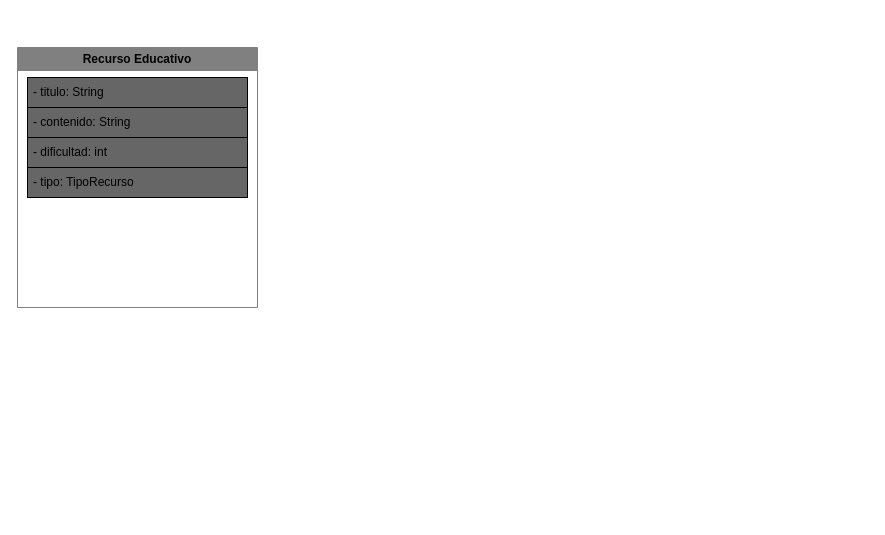
Above: Diagrama sin título.drawio in JhosGs/UNL (draw.io), before the change. Source tidied: cells renumbered, new cells numbered last; positions are measured from the earlier drawing's top-left corner, leaving out a move shared by most shapes. Both pictures are drawn from the tidied source at 100%, with x=0, y=0 at pixel (17, 47).
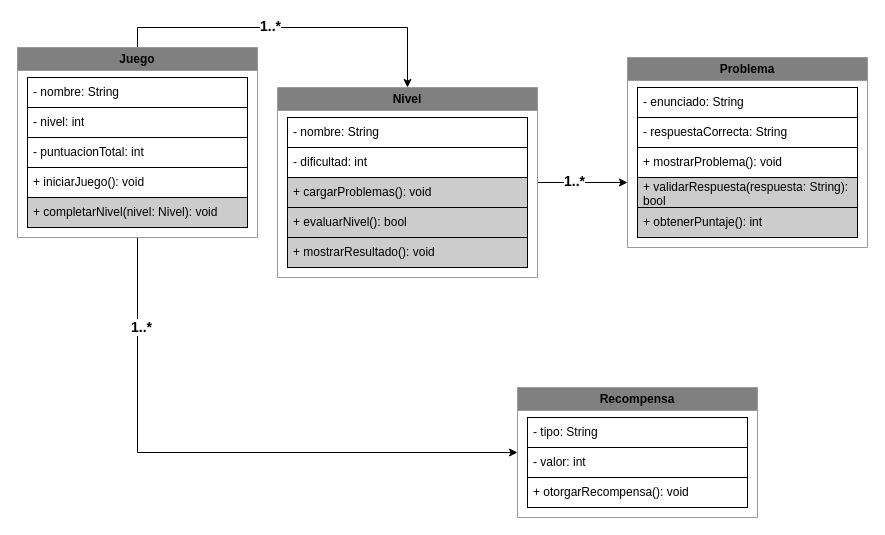
Above is the later version.

The edit, as a diff of the source:
```diff
@@
+    <mxCell id="7" style="edgeStyle=orthogonalEdgeStyle;rounded=0;jettySize=auto;html=1;exitX=0.5;exitY=0;exitDx=0;exitDy=0;entryX=0.5;entryY=0;entryDx=0;entryDy=0;" parent="1" edge="1" source="2" target="14">
+      <mxGeometry relative="1" as="geometry" />
+    </mxCell>
+    <mxCell id="8" value="&lt;b&gt;&lt;font style=&quot;font-size: 14px;&quot;&gt;1..*&lt;/font&gt;&lt;/b&gt;" style="edgeLabel;html=1;align=center;verticalAlign=middle;" parent="7" vertex="1">
+      <mxGeometry x="-0.13" y="2" relative="1" as="geometry" />
+    </mxCell>
+    <mxCell id="9" style="edgeStyle=orthogonalEdgeStyle;rounded=0;jettySize=auto;html=1;exitX=0.5;exitY=1;exitDx=0;exitDy=0;entryX=0;entryY=0.5;entryDx=0;entryDy=0;" parent="1" edge="1" source="2" target="26">
+      <mxGeometry relative="1" as="geometry" />
+    </mxCell>
+    <mxCell id="10" value="&lt;b&gt;&lt;font style=&quot;font-size: 14px;&quot;&gt;1..*&lt;/font&gt;&lt;/b&gt;" style="edgeLabel;html=1;align=center;verticalAlign=middle;" parent="9" vertex="1">
+      <mxGeometry x="-0.7" y="3" relative="1" as="geometry" />
+    </mxCell>
-    <mxCell id="2" value="Recurso Educativo" style="swimlane;whiteSpace=wrap;html=1;strokeColor=#808080;fillColor=#808080;" parent="1" vertex="1">
-      <mxGeometry width="240" height="260" as="geometry" />
+    <mxCell id="2" value="Juego" style="swimlane;whiteSpace=wrap;html=1;strokeColor=#999999;fillColor=#808080;fillStyle=auto;" parent="1" vertex="1">
+      <mxGeometry width="240" height="190" as="geometry" />
     </mxCell>
-    <mxCell id="3" value="- titulo: String" style="text;strokeColor=#000000;fillColor=#666666;align=left;verticalAlign=middle;spacingLeft=4;spacingRight=4;overflow=hidden;whiteSpace=wrap;html=1;" parent="2" vertex="1">
+    <mxCell id="3" value="&lt;div&gt;- nombre: String&lt;/div&gt;" style="text;strokeColor=#000000;fillColor=#FFFFFF;align=left;verticalAlign=middle;spacingLeft=4;spacingRight=4;overflow=hidden;whiteSpace=wrap;html=1;" parent="2" vertex="1">
       <mxGeometry x="10" y="30" width="220" height="30" as="geometry" />
     </mxCell>
-    <mxCell id="4" value="- contenido: String" style="text;strokeColor=#000000;fillColor=#666666;align=left;verticalAlign=middle;spacingLeft=4;spacingRight=4;overflow=hidden;whiteSpace=wrap;html=1;" parent="2" vertex="1">
+    <mxCell id="4" value="&lt;div&gt;- nivel: int&lt;/div&gt;" style="text;strokeColor=#000000;fillColor=#FFFFFF;align=left;verticalAlign=middle;spacingLeft=4;spacingRight=4;overflow=hidden;whiteSpace=wrap;html=1;" parent="2" vertex="1">
       <mxGeometry x="10" y="60" width="220" height="30" as="geometry" />
     </mxCell>
-    <mxCell id="5" value="- dificultad: int" style="text;strokeColor=#000000;fillColor=#666666;align=left;verticalAlign=middle;spacingLeft=4;spacingRight=4;overflow=hidden;whiteSpace=wrap;html=1;" parent="2" vertex="1">
+    <mxCell id="5" value="&lt;div&gt;- puntuacionTotal: int&lt;/div&gt;" style="text;strokeColor=#000000;fillColor=#FFFFFF;align=left;verticalAlign=middle;spacingLeft=4;spacingRight=4;overflow=hidden;whiteSpace=wrap;html=1;" parent="2" vertex="1">
       <mxGeometry x="10" y="90" width="220" height="30" as="geometry" />
     </mxCell>
-    <mxCell id="6" value="- tipo: TipoRecurso" style="text;strokeColor=#000000;fillColor=#666666;align=left;verticalAlign=middle;spacingLeft=4;spacingRight=4;overflow=hidden;whiteSpace=wrap;html=1;" parent="2" vertex="1">
+    <mxCell id="6" value="&lt;div&gt;+ iniciarJuego(): void&lt;/div&gt;" style="text;strokeColor=#000000;fillColor=#FFFFFF;align=left;verticalAlign=middle;spacingLeft=4;spacingRight=4;overflow=hidden;whiteSpace=wrap;html=1;" parent="2" vertex="1">
       <mxGeometry x="10" y="120" width="220" height="30" as="geometry" />
     </mxCell>
+    <mxCell id="11" value="&lt;div&gt;+ completarNivel(nivel: Nivel): void&lt;/div&gt;" style="text;strokeColor=#000000;fillColor=#CCCCCC;align=left;verticalAlign=middle;spacingLeft=4;spacingRight=4;overflow=hidden;whiteSpace=wrap;html=1;" parent="2" vertex="1">
+      <mxGeometry x="10" y="150" width="220" height="30" as="geometry" />
+    </mxCell>
+    <mxCell id="12" style="edgeStyle=orthogonalEdgeStyle;rounded=0;jettySize=auto;html=1;exitX=1;exitY=0.5;exitDx=0;exitDy=0;" parent="1" edge="1" source="14">
+      <mxGeometry relative="1" as="geometry">
+        <mxPoint x="610" y="135" as="targetPoint" />
+      </mxGeometry>
+    </mxCell>
+    <mxCell id="13" value="&lt;b&gt;&lt;font style=&quot;font-size: 14px;&quot;&gt;1..*&lt;/font&gt;&lt;/b&gt;" style="edgeLabel;html=1;align=center;verticalAlign=middle;" parent="12" vertex="1">
+      <mxGeometry x="-0.21" y="2" relative="1" as="geometry" />
+    </mxCell>
+    <mxCell id="14" value="Nivel" style="swimlane;whiteSpace=wrap;html=1;strokeColor=#999999;fillColor=#808080;fillStyle=auto;" parent="1" vertex="1">
+      <mxGeometry x="260" y="40" width="260" height="190" as="geometry" />
+    </mxCell>
+    <mxCell id="15" value="&lt;div&gt;- nombre: String&lt;/div&gt;" style="text;strokeColor=#000000;fillColor=#FFFFFF;align=left;verticalAlign=middle;spacingLeft=4;spacingRight=4;overflow=hidden;whiteSpace=wrap;html=1;" parent="14" vertex="1">
+      <mxGeometry x="10" y="30" width="240" height="30" as="geometry" />
+    </mxCell>
+    <mxCell id="16" value="&lt;div&gt;- dificultad: int&lt;/div&gt;" style="text;strokeColor=#000000;fillColor=#FFFFFF;align=left;verticalAlign=middle;spacingLeft=4;spacingRight=4;overflow=hidden;whiteSpace=wrap;html=1;" parent="14" vertex="1">
+      <mxGeometry x="10" y="60" width="240" height="30" as="geometry" />
+    </mxCell>
+    <mxCell id="17" value="&lt;div&gt;+ cargarProblemas(): void&lt;/div&gt;" style="text;strokeColor=#000000;fillColor=#CCCCCC;align=left;verticalAlign=middle;spacingLeft=4;spacingRight=4;overflow=hidden;whiteSpace=wrap;html=1;" parent="14" vertex="1">
+      <mxGeometry x="10" y="90" width="240" height="30" as="geometry" />
+    </mxCell>
+    <mxCell id="18" value="&lt;div&gt;+ evaluarNivel(): bool&lt;/div&gt;" style="text;strokeColor=#000000;fillColor=#CCCCCC;align=left;verticalAlign=middle;spacingLeft=4;spacingRight=4;overflow=hidden;whiteSpace=wrap;html=1;" parent="14" vertex="1">
+      <mxGeometry x="10" y="120" width="240" height="30" as="geometry" />
+    </mxCell>
+    <mxCell id="19" value="&lt;div&gt;+ mostrarResultado(): void&lt;/div&gt;" style="text;strokeColor=#000000;fillColor=#CCCCCC;align=left;verticalAlign=middle;spacingLeft=4;spacingRight=4;overflow=hidden;whiteSpace=wrap;html=1;" parent="14" vertex="1">
+      <mxGeometry x="10" y="150" width="240" height="30" as="geometry" />
+    </mxCell>
+    <mxCell id="20" value="Problema" style="swimlane;whiteSpace=wrap;html=1;strokeColor=#999999;fillColor=#808080;fillStyle=auto;" parent="1" vertex="1">
+      <mxGeometry x="610" y="10" width="240" height="190" as="geometry" />
+    </mxCell>
+    <mxCell id="21" value="&lt;div&gt;- enunciado: String&lt;/div&gt;" style="text;strokeColor=#000000;fillColor=#FFFFFF;align=left;verticalAlign=middle;spacingLeft=4;spacingRight=4;overflow=hidden;whiteSpace=wrap;html=1;" parent="20" vertex="1">
+      <mxGeometry x="10" y="30" width="220" height="30" as="geometry" />
+    </mxCell>
+    <mxCell id="22" value="&lt;div&gt;- respuestaCorrecta: String&lt;/div&gt;" style="text;strokeColor=#000000;fillColor=#FFFFFF;align=left;verticalAlign=middle;spacingLeft=4;spacingRight=4;overflow=hidden;whiteSpace=wrap;html=1;" parent="20" vertex="1">
+      <mxGeometry x="10" y="60" width="220" height="30" as="geometry" />
+    </mxCell>
+    <mxCell id="23" value="&lt;div&gt;+ mostrarProblema(): void&lt;/div&gt;" style="text;strokeColor=#000000;fillColor=#FFFFFF;align=left;verticalAlign=middle;spacingLeft=4;spacingRight=4;overflow=hidden;whiteSpace=wrap;html=1;" parent="20" vertex="1">
+      <mxGeometry x="10" y="90" width="220" height="30" as="geometry" />
+    </mxCell>
+    <mxCell id="24" value="&lt;div&gt;+ validarRespuesta(respuesta: String): bool&lt;/div&gt;" style="text;strokeColor=#000000;fillColor=#CCCCCC;align=left;verticalAlign=middle;spacingLeft=4;spacingRight=4;overflow=hidden;whiteSpace=wrap;html=1;" parent="20" vertex="1">
+      <mxGeometry x="10" y="120" width="220" height="30" as="geometry" />
+    </mxCell>
+    <mxCell id="25" value="&lt;div&gt;+ obtenerPuntaje(): int&lt;/div&gt;" style="text;strokeColor=#000000;fillColor=#CCCCCC;align=left;verticalAlign=middle;spacingLeft=4;spacingRight=4;overflow=hidden;whiteSpace=wrap;html=1;" parent="20" vertex="1">
+      <mxGeometry x="10" y="150" width="220" height="30" as="geometry" />
+    </mxCell>
+    <mxCell id="26" value="&lt;div&gt;Recompensa&lt;/div&gt;" style="swimlane;whiteSpace=wrap;html=1;strokeColor=#999999;fillColor=#808080;fillStyle=auto;" parent="1" vertex="1">
+      <mxGeometry x="500" y="340" width="240" height="130" as="geometry" />
+    </mxCell>
+    <mxCell id="27" value="&lt;div&gt;- tipo: String&lt;/div&gt;" style="text;strokeColor=#000000;fillColor=#FFFFFF;align=left;verticalAlign=middle;spacingLeft=4;spacingRight=4;overflow=hidden;whiteSpace=wrap;html=1;" parent="26" vertex="1">
+      <mxGeometry x="10" y="30" width="220" height="30" as="geometry" />
+    </mxCell>
+    <mxCell id="28" value="&lt;div&gt;- valor: int&lt;/div&gt;" style="text;strokeColor=#000000;fillColor=#FFFFFF;align=left;verticalAlign=middle;spacingLeft=4;spacingRight=4;overflow=hidden;whiteSpace=wrap;html=1;" parent="26" vertex="1">
+      <mxGeometry x="10" y="60" width="220" height="30" as="geometry" />
+    </mxCell>
+    <mxCell id="29" value="&lt;div&gt;+ otorgarRecompensa(): void&lt;/div&gt;" style="text;strokeColor=#000000;fillColor=#FFFFFF;align=left;verticalAlign=middle;spacingLeft=4;spacingRight=4;overflow=hidden;whiteSpace=wrap;html=1;" parent="26" vertex="1">
+      <mxGeometry x="10" y="90" width="220" height="30" as="geometry" />
+    </mxCell>
```
